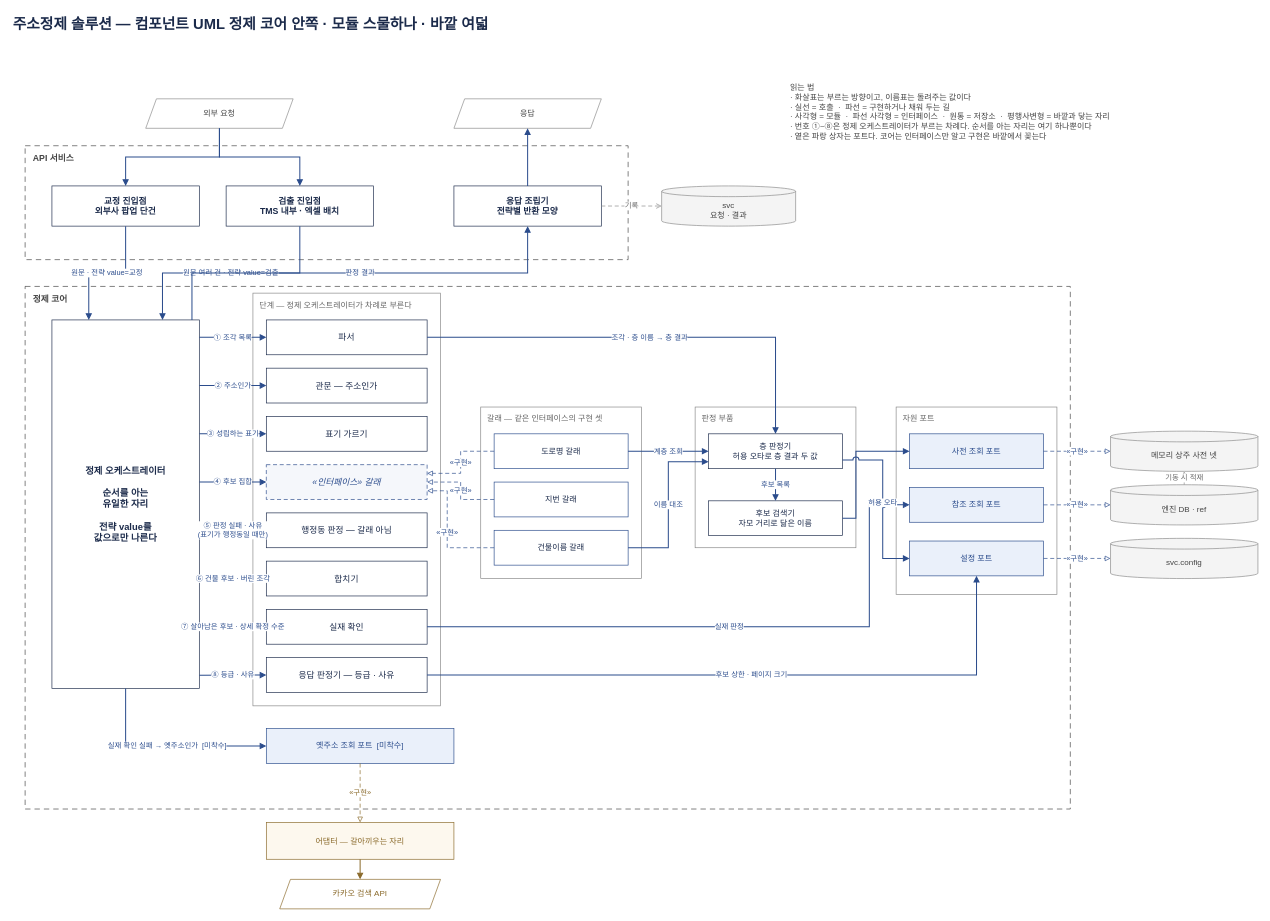
The draw.io diagram design/component-uml.drawio in buss-sooin/address-refine-diagnostics, before the edit. Source tidied: cells renumbered, new cells numbered last; positions are measured from the earlier drawing's top-left corner, leaving out a move shared by most shapes. Both pictures are drawn from the tidied source at 67%, with x=0, y=0 at pixel (11, 11).
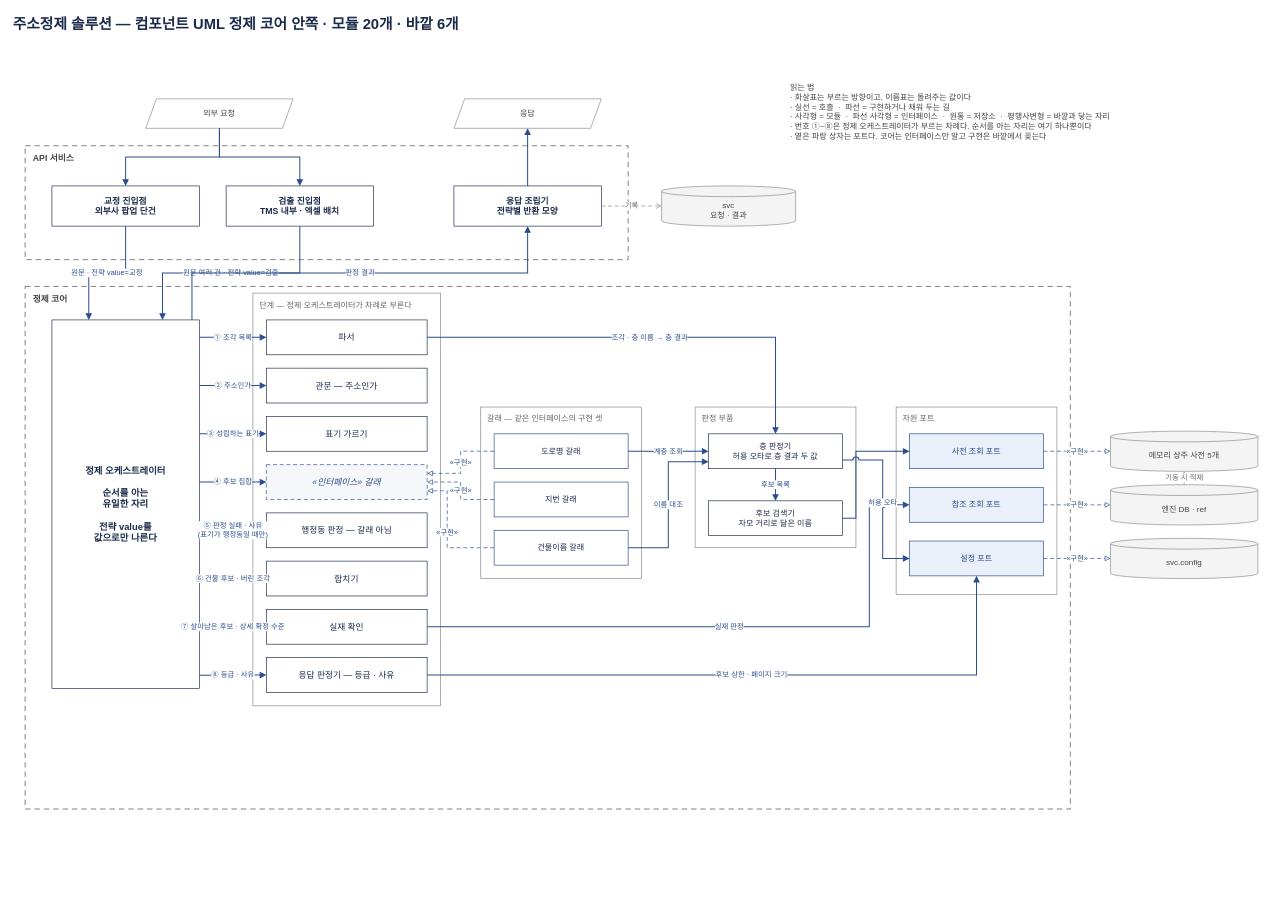
The same diagram, later.

The change refers to these unchanged cells:
```xml
<mxCell id="16" value="정제 오케스트레이터&#10;&#10;순서를 아는&#10;유일한 자리&#10;&#10;전략 value를&#10;값으로만 나른다" style="rounded=0;whiteSpace=wrap;html=1;fillColor=#FFFFFF;strokeColor=#1B2A4A;fontColor=#1B2A4A;fontSize=14;fontStyle=1;verticalAlign=middle;" parent="1" vertex="1">
  <mxGeometry x="60" y="460" width="220" height="550" as="geometry" />
</mxCell>
```

What changed in the source:
```diff
@@
-    <mxCell id="2" value="주소정제 솔루션 — 컴포넌트 UML    정제 코어 안쪽 · 모듈 스물하나 · 바깥 여덟" style="text;html=1;align=left;verticalAlign=middle;fontSize=22;fontStyle=1;fontColor=#1B2A4A;" parent="1" vertex="1">
+    <mxCell id="2" value="주소정제 솔루션 — 컴포넌트 UML    정제 코어 안쪽 · 모듈 20개 · 바깥 6개" style="text;html=1;align=left;verticalAlign=middle;fontSize=22;fontStyle=1;fontColor=#1B2A4A;" parent="1" vertex="1">
       <mxGeometry width="1100" height="40" as="geometry" />
     </mxCell>
@@
-    <mxCell id="33" value="옛주소 조회 포트  [미착수]" style="rounded=0;whiteSpace=wrap;html=1;fillColor=#EAF0FA;strokeColor=#2B4C8C;fontColor=#2B4C8C;fontSize=12;" parent="1" vertex="1">
-      <mxGeometry x="380" y="1070" width="280" height="52" as="geometry" />
-    </mxCell>
-    <mxCell id="34" value="메모리 상주 사전 넷" style="shape=cylinder3;boundedLbl=1;backgroundOutline=1;size=8;whiteSpace=wrap;html=1;fillColor=#F4F4F4;strokeColor=#8A8A8A;fontSize=12;fontColor=#444444;" parent="1" vertex="1">
+    <mxCell id="34" value="메모리 상주 사전 5개" style="shape=cylinder3;boundedLbl=1;backgroundOutline=1;size=8;whiteSpace=wrap;html=1;fillColor=#F4F4F4;strokeColor=#8A8A8A;fontSize=12;fontColor=#444444;" parent="1" vertex="1">
       <mxGeometry x="1640" y="626" width="220" height="60" as="geometry" />
     </mxCell>
@@
-    <mxCell id="37" value="어댑터 — 갈아끼우는 자리" style="rounded=0;whiteSpace=wrap;html=1;fillColor=#FDF8EE;strokeColor=#8A6A2B;fontColor=#8A6A2B;fontSize=12;" parent="1" vertex="1">
-      <mxGeometry x="380" y="1210" width="280" height="55" as="geometry" />
-    </mxCell>
-    <mxCell id="38" value="카카오 검색 API" style="shape=parallelogram;perimeter=parallelogramPerimeter;fixedSize=1;size=16;whiteSpace=wrap;html=1;fillColor=#FFFFFF;strokeColor=#8A6A2B;fontSize=12;fontColor=#8A6A2B;" parent="1" vertex="1">
-      <mxGeometry x="400" y="1295" width="240" height="44" as="geometry" />
-    </mxCell>
@@
-    <mxCell id="65" value="실재 확인 실패 → 옛주소인가  [미착수]" style="edgeStyle=orthogonalEdgeStyle;rounded=0;html=1;jumpStyle=arc;jumpSize=8;strokeColor=#2B4C8C;strokeWidth=1.5;endArrow=block;endFill=1;fontSize=11;fontColor=#2B4C8C;labelBackgroundColor=#FFFFFF;exitX=0.5;exitY=1;entryX=0;entryY=0.5;" parent="1" edge="1" source="16" target="33">
-      <mxGeometry relative="1" as="geometry">
-        <Array as="points">
-          <mxPoint x="170" y="1096" />
-        </Array>
-      </mxGeometry>
-    </mxCell>
@@
-    <mxCell id="69" value="«구현»" style="edgeStyle=orthogonalEdgeStyle;rounded=0;html=1;strokeColor=#8A6A2B;strokeWidth=1;dashed=1;dashPattern=6 4;endArrow=block;endFill=0;fontSize=11;fontColor=#8A6A2B;labelBackgroundColor=#FFFFFF;exitX=0.5;exitY=1;entryX=0.5;entryY=0;" parent="1" edge="1" source="33" target="37">
-      <mxGeometry relative="1" as="geometry" />
-    </mxCell>
-    <mxCell id="70" style="edgeStyle=orthogonalEdgeStyle;rounded=0;html=1;strokeColor=#8A6A2B;strokeWidth=1.5;endArrow=block;endFill=1;exitX=0.5;exitY=1;entryX=0.5;entryY=0;" parent="1" edge="1" source="37" target="38">
-      <mxGeometry relative="1" as="geometry" />
-    </mxCell>
```
